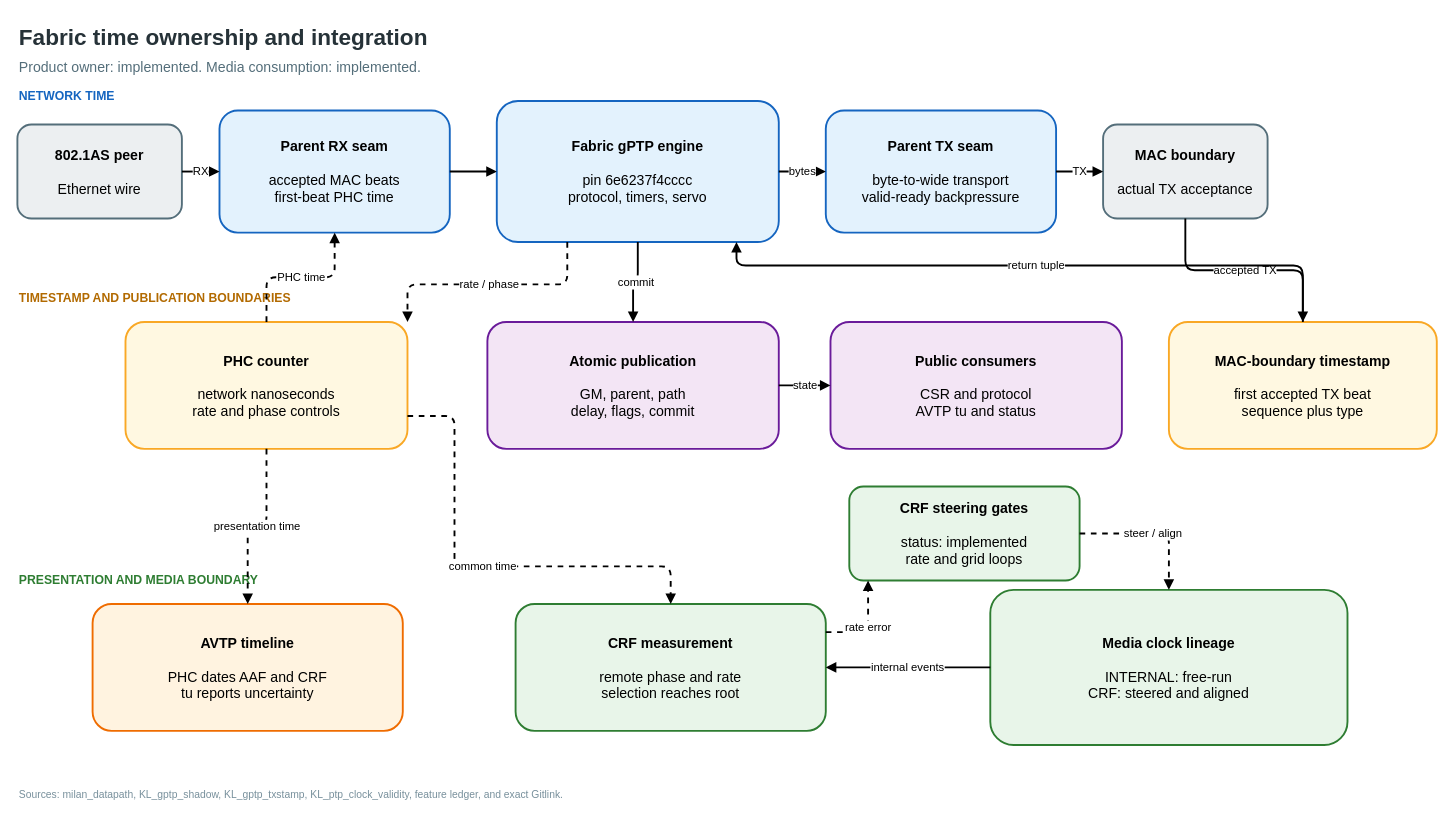
Before: docs/diagrams/timesync_chain.drawio in kebag-logic/milan-fpga, a draw.io diagram. Source tidied: cells renumbered, new cells numbered last; positions are measured from the earlier drawing's top-left corner, leaving out a move shared by most shapes. Both pictures are drawn from the tidied source at 94%, with x=0, y=0 at pixel (17, 16).
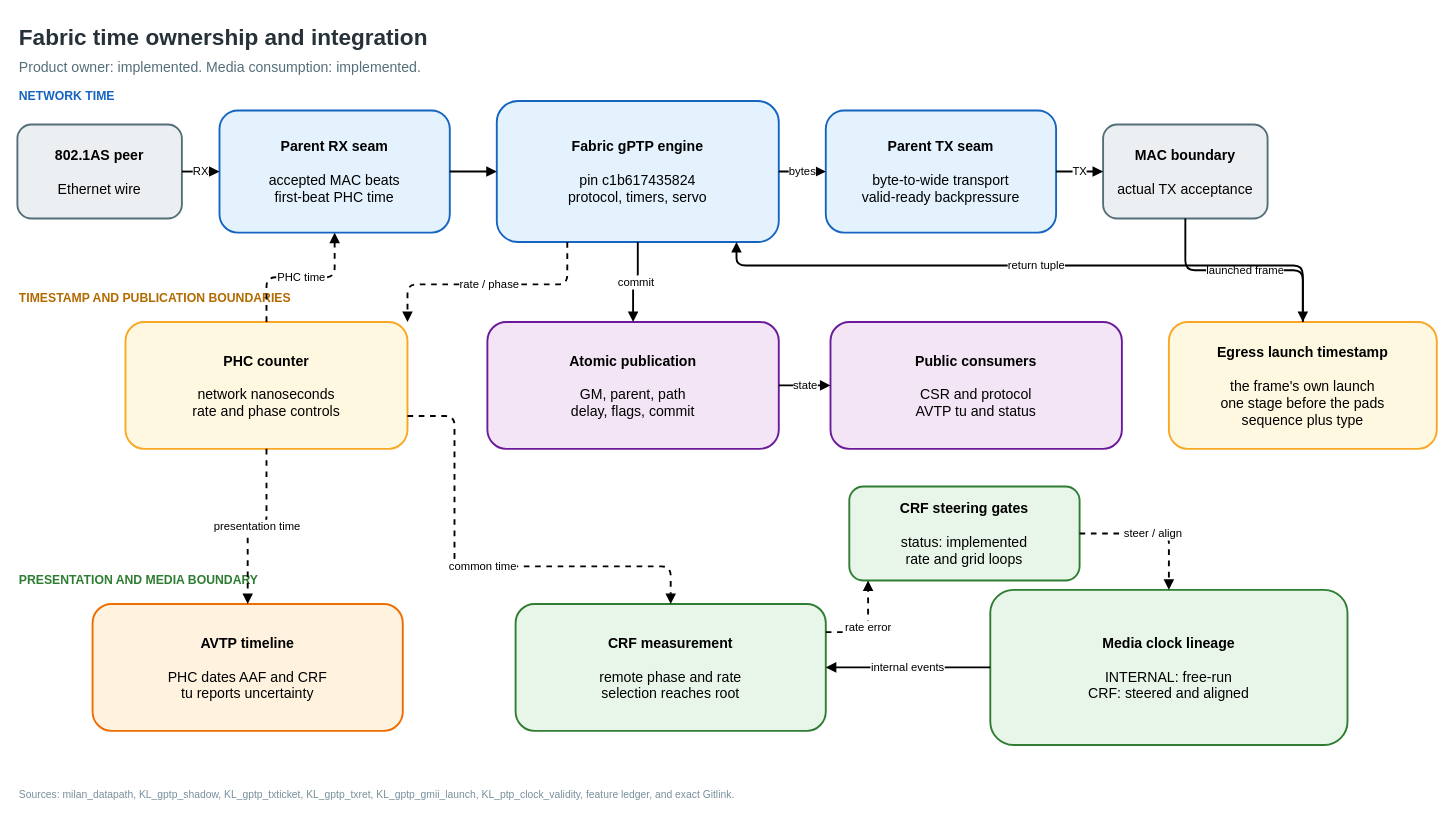
The same page after the edit.

Commit message (it also covers changes not shown here):
Rebuild both gPTP audience diagrams from the modules that now exist

Unchanged cells that the change refers to:
```xml
<mxCell id="12" value="&lt;b&gt;MAC boundary&lt;/b&gt;&lt;br&gt;&lt;br&gt;actual TX acceptance" style="rounded=1;whiteSpace=wrap;html=1;verticalAlign=middle;align=center;fontSize=15;strokeWidth=2;fillColor=#ECEFF1;strokeColor=#546E7A;" parent="1" vertex="1">
  <mxGeometry x="1155" y="115" width="175" height="100" as="geometry" />
</mxCell>
```

Change to the diagram source:
```diff
@@
-    <mxCell id="7" value="Sources: milan_datapath, KL_gptp_shadow, KL_gptp_txstamp, KL_ptp_clock_validity, feature ledger, and exact Gitlink." style="text;html=1;align=left;verticalAlign=middle;fontSize=11;fontColor=#78909C;" parent="1" vertex="1">
+    <mxCell id="7" value="Sources: milan_datapath, KL_gptp_shadow, KL_gptp_txticket, KL_gptp_txret, KL_gptp_gmii_launch, KL_ptp_clock_validity, feature ledger, and exact Gitlink." style="text;html=1;align=left;verticalAlign=middle;fontSize=11;fontColor=#78909C;" parent="1" vertex="1">
       <mxGeometry y="815" width="1250" height="25" as="geometry" />
     </mxCell>
@@
-    <mxCell id="10" value="&lt;b&gt;Fabric gPTP engine&lt;/b&gt;&lt;br&gt;&lt;br&gt;pin 6e6237f4cccc&lt;br&gt;protocol, timers, servo" style="rounded=1;whiteSpace=wrap;html=1;verticalAlign=middle;align=center;fontSize=15;strokeWidth=2;fillColor=#E3F2FD;strokeColor=#1565C0;" parent="1" vertex="1">
+    <mxCell id="10" value="&lt;b&gt;Fabric gPTP engine&lt;/b&gt;&lt;br&gt;&lt;br&gt;pin c1b617435824&lt;br&gt;protocol, timers, servo" style="rounded=1;whiteSpace=wrap;html=1;verticalAlign=middle;align=center;fontSize=15;strokeWidth=2;fillColor=#E3F2FD;strokeColor=#1565C0;" parent="1" vertex="1">
       <mxGeometry x="510" y="90" width="300" height="150" as="geometry" />
     </mxCell>
@@
-    <mxCell id="16" value="&lt;b&gt;MAC-boundary timestamp&lt;/b&gt;&lt;br&gt;&lt;br&gt;first accepted TX beat&lt;br&gt;sequence plus type" style="rounded=1;whiteSpace=wrap;html=1;verticalAlign=middle;align=center;fontSize=15;strokeWidth=2;fillColor=#FFF8E1;strokeColor=#F9A825;" parent="1" vertex="1">
+    <mxCell id="16" value="&lt;b&gt;Egress launch timestamp&lt;/b&gt;&lt;br&gt;&lt;br&gt;the frame's own launch&lt;br&gt;one stage before the pads&lt;br&gt;sequence plus type" style="rounded=1;whiteSpace=wrap;html=1;verticalAlign=middle;align=center;fontSize=15;strokeWidth=2;fillColor=#FFF8E1;strokeColor=#F9A825;" parent="1" vertex="1">
       <mxGeometry x="1225" y="325" width="285" height="135" as="geometry" />
     </mxCell>
@@
-    <mxCell id="29" value="accepted TX" style="edgeStyle=orthogonalEdgeStyle;rounded=1;html=1;endArrow=block;endFill=1;strokeWidth=2;fontSize=12;labelBackgroundColor=#FFFFFF;" parent="1" edge="1" source="12" target="16">
+    <mxCell id="29" value="launched frame" style="edgeStyle=orthogonalEdgeStyle;rounded=1;html=1;endArrow=block;endFill=1;strokeWidth=2;fontSize=12;labelBackgroundColor=#FFFFFF;" parent="1" edge="1" source="12" target="16">
       <mxGeometry relative="1" as="geometry" />
     </mxCell>
```
